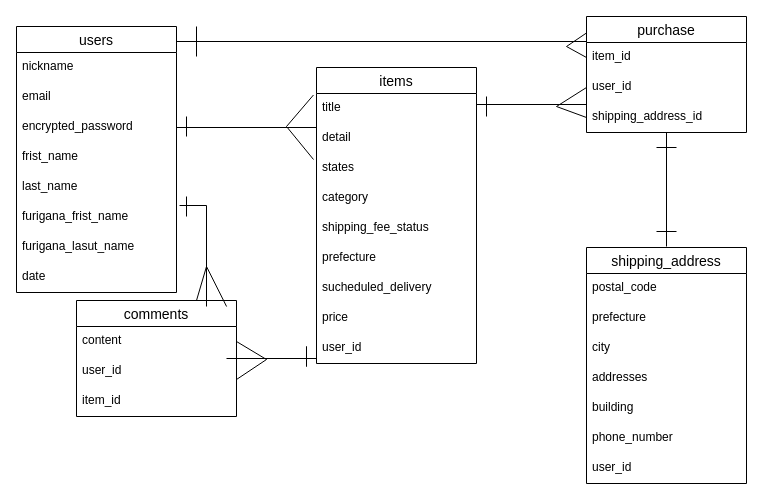
kumaboie/furima-41372 keeps this draw.io diagram as test.dio. Above is the earlier version. Source tidied: cells renumbered, new cells numbered last; positions are measured from the earlier drawing's top-left corner, leaving out a move shared by most shapes. Both pictures are drawn from the tidied source at 100%, with x=0, y=0 at pixel (16, 16).
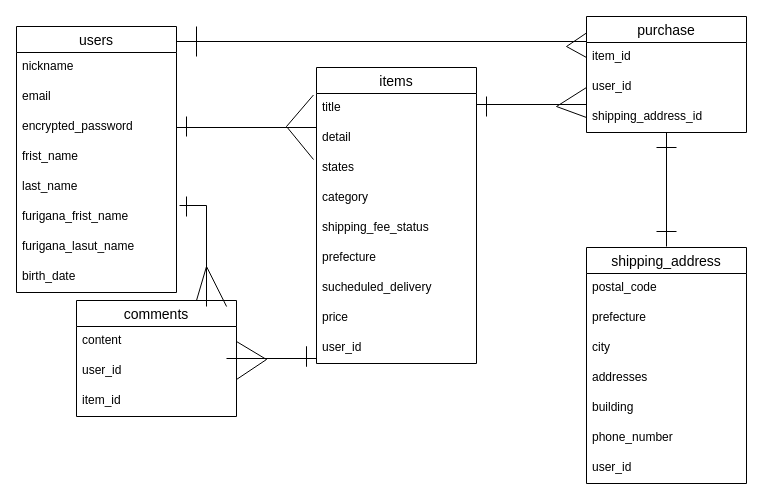
The same diagram, later.

Commit message (it also covers changes not shown here):
usersテーブルのdateカラムを変更

Unchanged cells that the change refers to:
```xml
<mxCell id="2" value="users" style="swimlane;fontStyle=0;horizontal=1;startSize=26;align=center;fontSize=14;" parent="1" vertex="1">
  <mxGeometry y="10" width="160" height="266" as="geometry" />
</mxCell>
```

What changed in the source:
```diff
@@
-    <mxCell id="10" value="date" style="text;strokeColor=none;fillColor=none;spacingLeft=4;spacingRight=4;overflow=hidden;fontSize=12;" parent="2" vertex="1">
+    <mxCell id="10" value="birth_date" style="text;strokeColor=none;fillColor=none;spacingLeft=4;spacingRight=4;overflow=hidden;fontSize=12;" parent="2" vertex="1">
       <mxGeometry y="236" width="160" height="30" as="geometry" />
     </mxCell>
```
